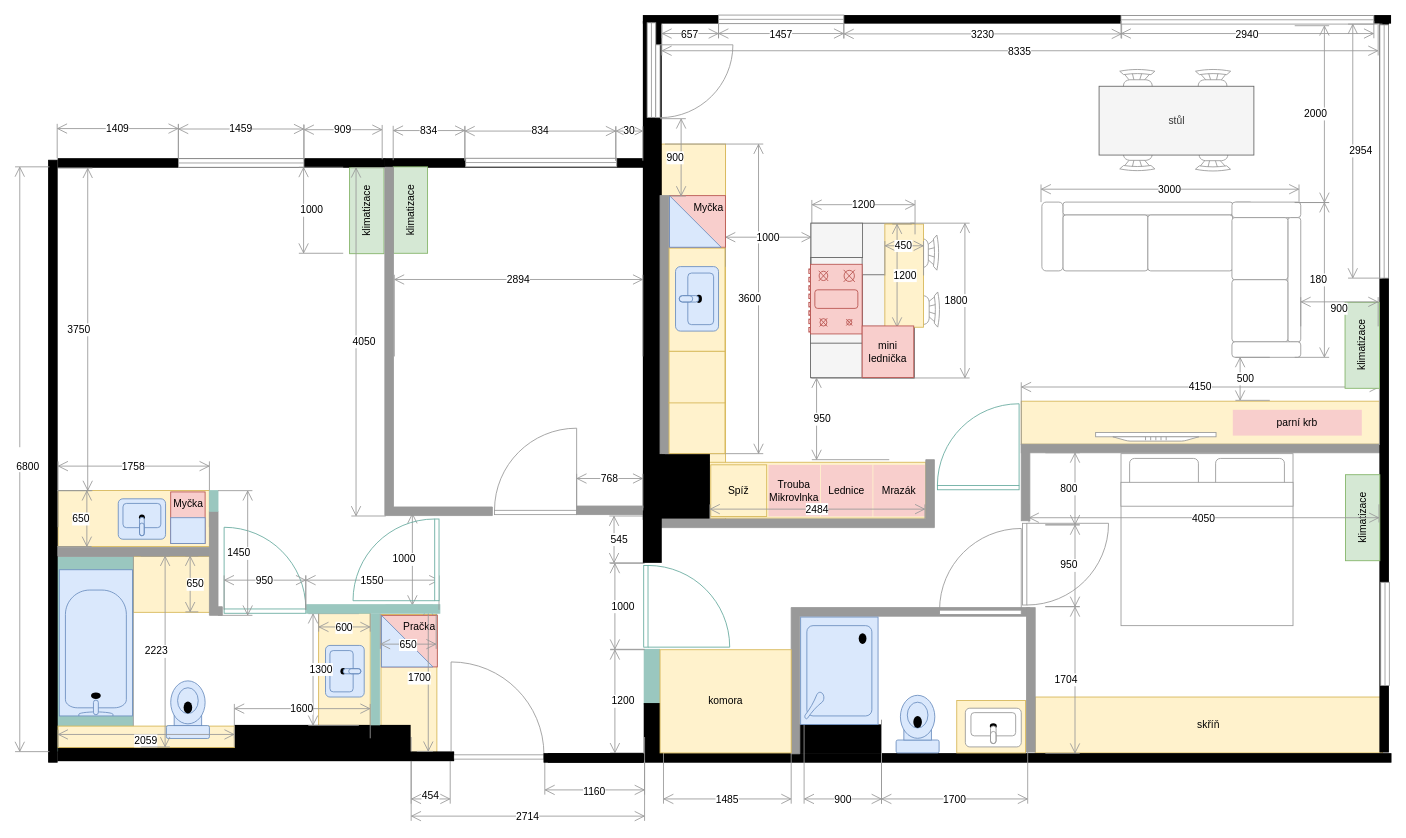
Earlier version of the draw.io diagram page "final" (1 of 2) of docs/src/static/drawings/floor-plan.furniched.drawio (surquest/flat-renovation). Source tidied: cells renumbered, new cells numbered last; positions are measured from the earlier drawing's top-left corner, leaving out a move shared by most shapes. Both pictures are drawn from the tidied source at 86%, with x=0, y=0 at pixel (15, 15).
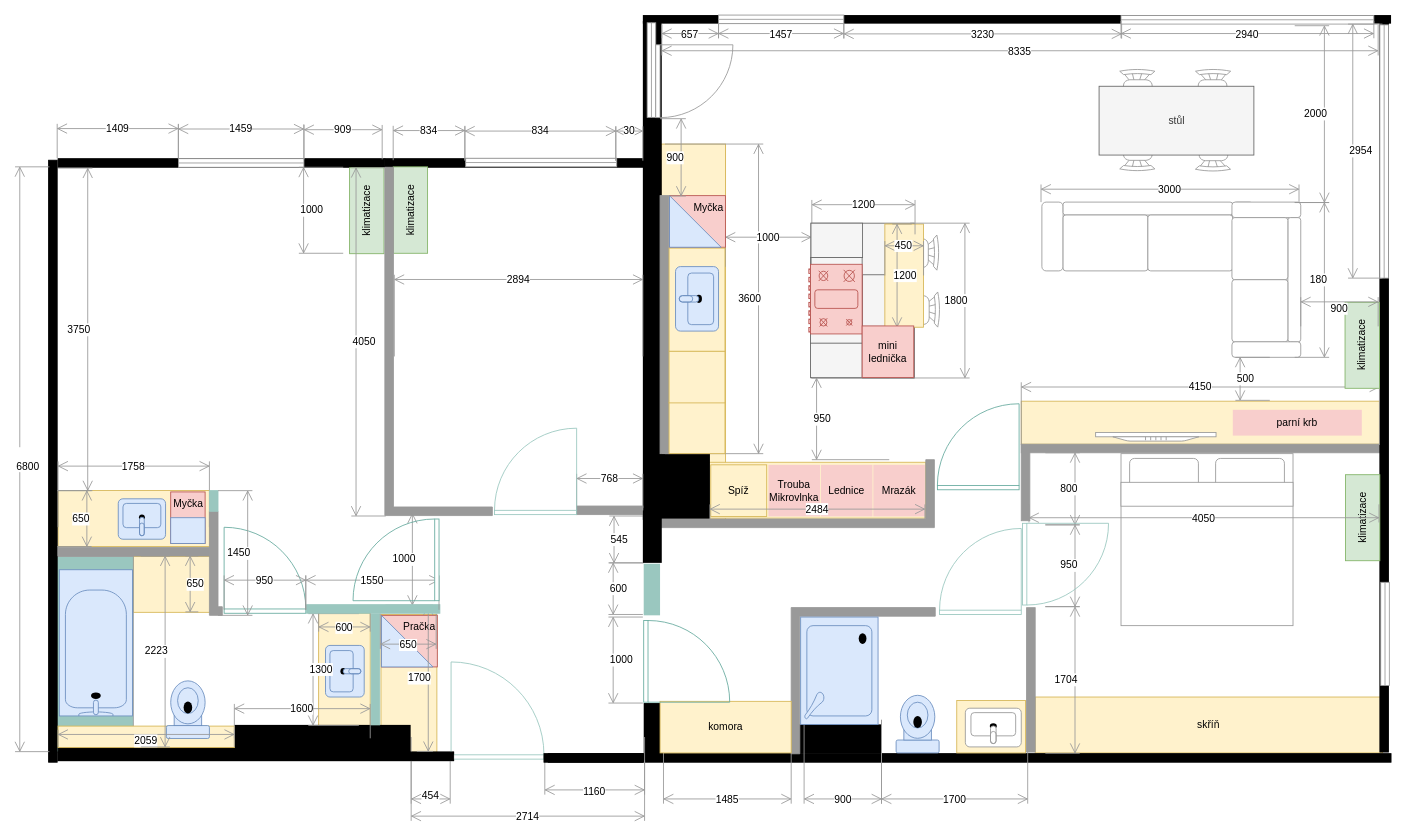
Above is the later version.

What changed in the source:
```diff
@@
     <mxCell id="4" style="rounded=0;whiteSpace=wrap;html=1;strokeColor=none;fillColor=#9AC7BF;" parent="1" vertex="1">
-      <mxGeometry x="731" y="737" width="19" height="65" as="geometry" />
+      <mxGeometry x="731" y="638" width="19" height="60" as="geometry" />
     </mxCell>
@@
-    <mxCell id="40" value="1200" style="shape=dimension;direction=south;whiteSpace=wrap;html=1;align=left;verticalAlign=middle;labelBackgroundColor=#ffffff;strokeColor=#999999;" parent="1" vertex="1">
-      <mxGeometry x="692" y="738" width="40" height="120" as="geometry" />
-    </mxCell>
     <mxCell id="41" value="1000" style="shape=dimension;direction=south;whiteSpace=wrap;html=1;align=left;verticalAlign=middle;labelBackgroundColor=#ffffff;strokeColor=#999999;" parent="1" vertex="1">
-      <mxGeometry x="692" y="637.5" width="40" height="100" as="geometry" />
+      <mxGeometry x="690" y="700" width="40" height="100" as="geometry" />
     </mxCell>
@@
-    <mxCell id="50" style="verticalLabelPosition=bottom;html=1;verticalAlign=top;align=center;shape=mxgraph.floorplan.doorRight;direction=west;strokeColor=#999999;" parent="1" vertex="1">
+    <mxCell id="50" style="verticalLabelPosition=bottom;html=1;verticalAlign=top;align=center;shape=mxgraph.floorplan.doorRight;direction=west;strokeColor=#9AC7BF;" parent="1" vertex="1">
       <mxGeometry x="507" y="750.4" width="108" height="114.8" as="geometry" />
     </mxCell>
@@
-    <mxCell id="76" style="verticalLabelPosition=bottom;html=1;verticalAlign=top;align=center;shape=mxgraph.floorplan.doorRight;strokeColor=#999999;fillColor=none;flipH=0;flipV=1;direction=east;" parent="1" vertex="1">
+    <mxCell id="76" style="verticalLabelPosition=bottom;html=1;verticalAlign=top;align=center;shape=mxgraph.floorplan.doorRight;strokeColor=#9AC7BF;fillColor=none;flipH=0;flipV=1;direction=east;" parent="1" vertex="1">
       <mxGeometry x="557.5" y="485.4" width="95.5" height="95.5" as="geometry" />
     </mxCell>
@@
     <mxCell id="78" style="verticalLabelPosition=bottom;html=1;verticalAlign=top;align=center;shape=mxgraph.floorplan.wallCorner;fillColor=strokeColor;strokeColor=#999999;" parent="1" vertex="1">
-      <mxGeometry x="902.5" y="689" width="277.5" height="170" as="geometry" />
+      <mxGeometry x="902.5" y="689" width="167.5" height="170" as="geometry" />
     </mxCell>
@@
-    <mxCell id="87" style="verticalLabelPosition=bottom;html=1;verticalAlign=top;align=center;shape=mxgraph.floorplan.doorLeft;strokeColor=#999999;fillColor=#FFFFFF;direction=north;flipV=1;" parent="1" vertex="1">
+    <mxCell id="87" style="verticalLabelPosition=bottom;html=1;verticalAlign=top;align=center;shape=mxgraph.floorplan.doorLeft;strokeColor=#9AC7BF;fillColor=#FFFFFF;direction=north;flipV=1;" parent="1" vertex="1">
       <mxGeometry x="1171.5" y="591" width="85" height="95" as="geometry" />
     </mxCell>
@@
-    <mxCell id="91" style="verticalLabelPosition=bottom;html=1;verticalAlign=top;align=center;shape=mxgraph.floorplan.doorLeft;strokeColor=#999999;fillColor=#FFFFFF;direction=west;flipV=0;flipH=0;" parent="1" vertex="1">
+    <mxCell id="91" style="verticalLabelPosition=bottom;html=1;verticalAlign=top;align=center;shape=mxgraph.floorplan.doorLeft;strokeColor=#9AC7BF;fillColor=#FFFFFF;direction=west;flipV=0;flipH=0;" parent="1" vertex="1">
       <mxGeometry x="1075" y="612" width="95" height="85" as="geometry" />
     </mxCell>
@@
     <mxCell id="98" value="komora" style="rounded=0;whiteSpace=wrap;html=1;strokeColor=#d6b656;fillColor=#fff2cc;" parent="1" vertex="1">
-      <mxGeometry x="750" y="738" width="152.5" height="120" as="geometry" />
+      <mxGeometry x="750" y="798" width="152.5" height="60" as="geometry" />
     </mxCell>
@@
-    <mxCell id="166" style="verticalLabelPosition=bottom;html=1;verticalAlign=top;align=center;shape=mxgraph.floorplan.doorRight;strokeColor=#67AB9F;fillColor=default;flipH=1;flipV=0;direction=south;" parent="1" vertex="1">
-      <mxGeometry x="731" y="640" width="96" height="95" as="geometry" />
+    <mxCell id="166" style="verticalLabelPosition=bottom;html=1;verticalAlign=top;align=center;shape=mxgraph.floorplan.doorRight;strokeColor=#67AB9F;fillColor=default;flipH=0;flipV=1;direction=north;" parent="1" vertex="1">
+      <mxGeometry x="731" y="704" width="96" height="95" as="geometry" />
     </mxCell>
+    <mxCell id="167" value="600" style="shape=dimension;direction=south;whiteSpace=wrap;html=1;align=left;verticalAlign=middle;labelBackgroundColor=#ffffff;strokeColor=#999999;" parent="1" vertex="1">
+      <mxGeometry x="690" y="637" width="40" height="60" as="geometry" />
+    </mxCell>
```
